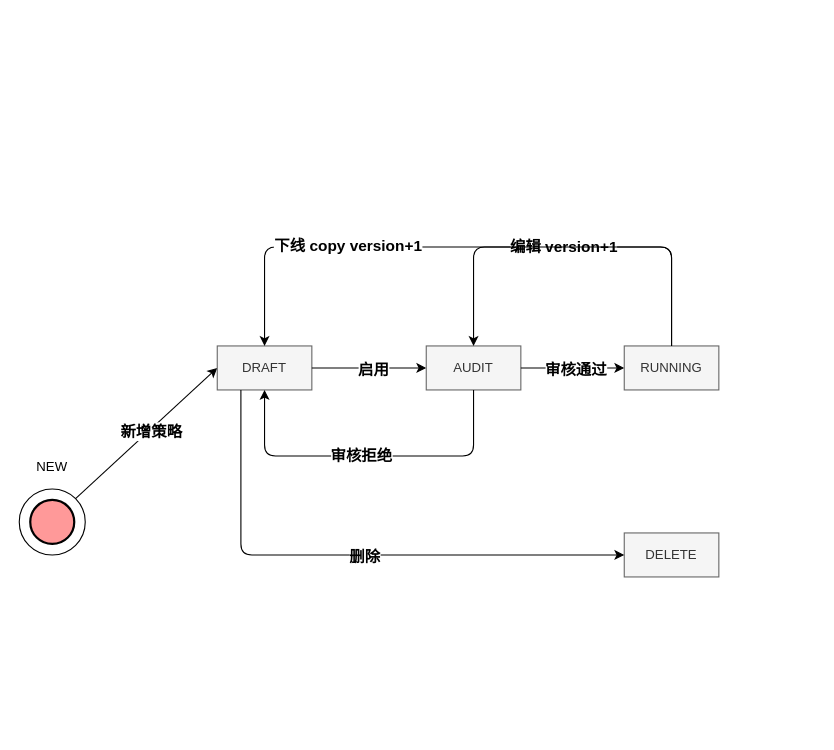
The draw.io diagram strategy-state.drawio in learn2Pro/draw_io_save, before the edit. Source tidied: cells renumbered, new cells numbered last; positions are measured from the earlier drawing's top-left corner, leaving out a move shared by most shapes. Both pictures are drawn from the tidied source at 110%, with x=0, y=0 at pixel (19, 246).
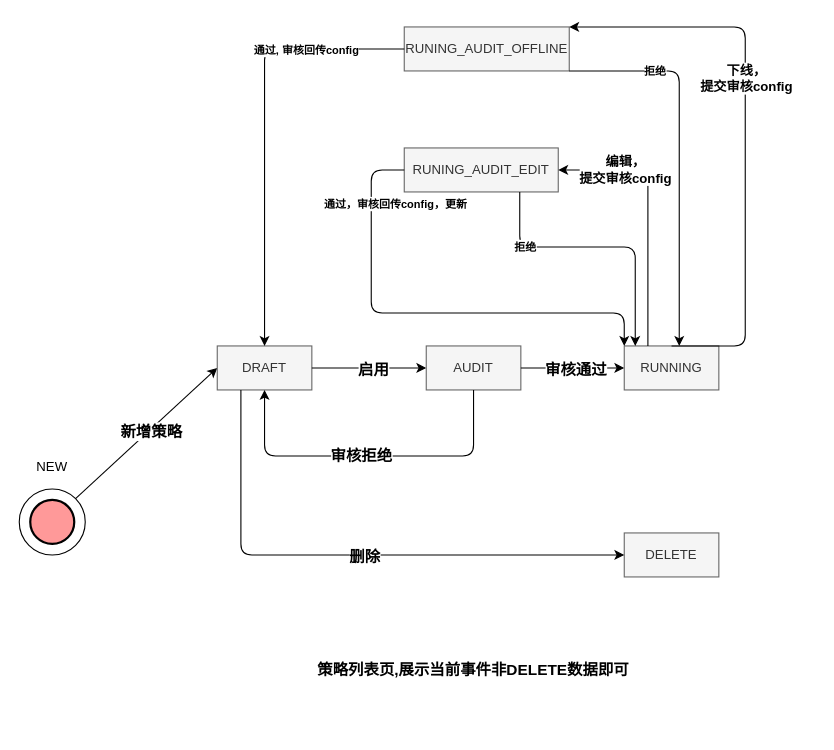
After the change.

The change refers to these unchanged cells:
```xml
<mxCell id="8" value="DRAFT" style="rounded=0;whiteSpace=wrap;html=1;strokeWidth=1;fillColor=#f5f5f5;strokeColor=#666666;fontColor=#333333;" parent="1" vertex="1">
  <mxGeometry x="180" y="90" width="86" height="40" as="geometry" />
</mxCell>
<mxCell id="11" value="AUDIT" style="rounded=0;whiteSpace=wrap;html=1;strokeWidth=1;fillColor=#f5f5f5;strokeColor=#666666;fontColor=#333333;" parent="1" vertex="1">
  <mxGeometry x="370" y="90" width="86" height="40" as="geometry" />
</mxCell>
<mxCell id="14" value="RUNNING" style="rounded=0;whiteSpace=wrap;html=1;strokeWidth=1;fillColor=#f5f5f5;strokeColor=#666666;fontColor=#333333;" parent="1" vertex="1">
  <mxGeometry x="550" y="90" width="86" height="40" as="geometry" />
</mxCell>
```

What changed in the source:
```diff
@@
-    <mxCell id="17" style="endArrow=classic;html=1;exitX=0.5;exitY=0;exitDx=0;exitDy=0;edgeStyle=orthogonalEdgeStyle;entryX=0.5;entryY=0;entryDx=0;entryDy=0;" parent="1" edge="1" source="14" target="11">
-      <mxGeometry relative="1" as="geometry">
-        <Array as="points">
-          <mxPoint x="593" />
-          <mxPoint x="413" />
-        </Array>
-      </mxGeometry>
-    </mxCell>
-    <mxCell id="18" value="&lt;span style=&quot;font-size: 14px&quot;&gt;&lt;b&gt;编辑 version+1&lt;/b&gt;&lt;/span&gt;" style="edgeLabel;html=1;align=center;verticalAlign=middle;" parent="17" vertex="1">
-      <mxGeometry x="0.05" y="-1" relative="1" as="geometry" />
-    </mxCell>
@@
-    <mxCell id="22" style="endArrow=classic;html=1;edgeStyle=orthogonalEdgeStyle;entryX=0.5;entryY=0;entryDx=0;entryDy=0;" parent="1" edge="1" source="14" target="8">
-      <mxGeometry relative="1" as="geometry">
-        <Array as="points">
-          <mxPoint x="593" />
-          <mxPoint x="223" />
-        </Array>
-      </mxGeometry>
-    </mxCell>
-    <mxCell id="23" value="&lt;b&gt;&lt;font style=&quot;font-size: 14px&quot;&gt;下线 copy version+1&lt;/font&gt;&lt;/b&gt;" style="edgeLabel;html=1;align=center;verticalAlign=middle;" parent="22" vertex="1">
-      <mxGeometry x="0.4" y="-2" relative="1" as="geometry" />
-    </mxCell>
+    <mxCell id="24" value="RUNING_AUDIT_EDIT" style="rounded=0;whiteSpace=wrap;html=1;strokeWidth=1;fillColor=#f5f5f5;strokeColor=#666666;fontColor=#333333;" parent="1" vertex="1">
+      <mxGeometry x="350" y="-90" width="140" height="40" as="geometry" />
+    </mxCell>
+    <mxCell id="25" value="RUNING_AUDIT_OFFLINE" style="rounded=0;whiteSpace=wrap;html=1;strokeWidth=1;fillColor=#f5f5f5;strokeColor=#666666;fontColor=#333333;" parent="1" vertex="1">
+      <mxGeometry x="350" y="-200" width="150" height="40" as="geometry" />
+    </mxCell>
+    <mxCell id="26" style="endArrow=classic;html=1;exitX=0.5;exitY=0;exitDx=0;exitDy=0;edgeStyle=orthogonalEdgeStyle;entryX=1;entryY=0;entryDx=0;entryDy=0;" parent="1" edge="1" source="14" target="25">
+      <mxGeometry relative="1" as="geometry">
+        <Array as="points">
+          <mxPoint x="660" y="90" />
+          <mxPoint x="660" y="-200" />
+        </Array>
+      </mxGeometry>
+    </mxCell>
+    <mxCell id="27" value="&lt;b&gt;&lt;font style=&quot;font-size: 12px&quot;&gt;下线，&lt;br&gt;提交审核config&lt;/font&gt;&lt;/b&gt;" style="edgeLabel;html=1;align=center;verticalAlign=middle;" parent="26" vertex="1">
+      <mxGeometry x="0.05" y="-1" relative="1" as="geometry">
+        <mxPoint x="-1" y="-40" as="offset" />
+      </mxGeometry>
+    </mxCell>
+    <mxCell id="28" style="endArrow=classic;html=1;exitX=0;exitY=0.5;exitDx=0;exitDy=0;edgeStyle=orthogonalEdgeStyle;entryX=0.5;entryY=0;entryDx=0;entryDy=0;" parent="1" edge="1" source="25" target="8">
+      <mxGeometry relative="1" as="geometry">
+        <Array as="points">
+          <mxPoint x="223" y="-180" />
+        </Array>
+      </mxGeometry>
+    </mxCell>
+    <mxCell id="29" value="&lt;b&gt;&lt;font style=&quot;font-size: 10px&quot;&gt;通过, 审核回传config&lt;/font&gt;&lt;/b&gt;" style="edgeLabel;html=1;align=center;verticalAlign=middle;" parent="28" vertex="1">
+      <mxGeometry x="0.05" y="-1" relative="1" as="geometry">
+        <mxPoint x="38" y="-81" as="offset" />
+      </mxGeometry>
+    </mxCell>
+    <mxCell id="30" style="endArrow=classic;html=1;exitX=0.25;exitY=0;exitDx=0;exitDy=0;edgeStyle=orthogonalEdgeStyle;entryX=1;entryY=0.5;entryDx=0;entryDy=0;" parent="1" edge="1" source="14" target="24">
+      <mxGeometry relative="1" as="geometry">
+        <Array as="points">
+          <mxPoint x="572" y="-70" />
+        </Array>
+      </mxGeometry>
+    </mxCell>
+    <mxCell id="31" value="&lt;b&gt;&lt;font style=&quot;font-size: 12px&quot;&gt;编辑，&lt;br&gt;提交审核config&lt;/font&gt;&lt;/b&gt;" style="edgeLabel;html=1;align=center;verticalAlign=middle;" parent="30" vertex="1">
+      <mxGeometry x="0.05" y="-1" relative="1" as="geometry">
+        <mxPoint x="-22.5" y="-34" as="offset" />
+      </mxGeometry>
+    </mxCell>
+    <mxCell id="32" style="endArrow=classic;html=1;exitX=1;exitY=1;exitDx=0;exitDy=0;edgeStyle=orthogonalEdgeStyle;" parent="1" edge="1" source="25">
+      <mxGeometry relative="1" as="geometry">
+        <mxPoint x="600" y="90" as="targetPoint" />
+        <Array as="points">
+          <mxPoint x="600" y="-160" />
+          <mxPoint x="600" y="90" />
+        </Array>
+      </mxGeometry>
+    </mxCell>
+    <mxCell id="33" value="&lt;span style=&quot;font-size: 10px&quot;&gt;&lt;b&gt;拒绝&lt;/b&gt;&lt;/span&gt;" style="edgeLabel;html=1;align=center;verticalAlign=middle;" parent="32" vertex="1">
+      <mxGeometry x="-0.56" y="1" relative="1" as="geometry" />
+    </mxCell>
+    <mxCell id="34" style="endArrow=classic;html=1;exitX=0;exitY=0.5;exitDx=0;exitDy=0;edgeStyle=orthogonalEdgeStyle;entryX=0;entryY=0;entryDx=0;entryDy=0;" parent="1" edge="1" source="24" target="14">
+      <mxGeometry relative="1" as="geometry">
+        <Array as="points">
+          <mxPoint x="320" y="-70" />
+          <mxPoint x="320" y="60" />
+          <mxPoint x="550" y="60" />
+        </Array>
+      </mxGeometry>
+    </mxCell>
+    <mxCell id="35" value="&lt;span style=&quot;font-size: 10px&quot;&gt;&lt;b&gt;通过，审核回传config，更新&lt;/b&gt;&lt;/span&gt;" style="edgeLabel;html=1;align=center;verticalAlign=middle;" parent="34" vertex="1">
+      <mxGeometry x="0.05" y="-1" relative="1" as="geometry">
+        <mxPoint x="-40" y="-101" as="offset" />
+      </mxGeometry>
+    </mxCell>
+    <mxCell id="36" style="endArrow=classic;html=1;exitX=0.75;exitY=1;exitDx=0;exitDy=0;edgeStyle=orthogonalEdgeStyle;" parent="1" edge="1" source="24">
+      <mxGeometry relative="1" as="geometry">
+        <mxPoint x="560" y="90" as="targetPoint" />
+        <Array as="points">
+          <mxPoint x="455" />
+          <mxPoint x="560" />
+        </Array>
+      </mxGeometry>
+    </mxCell>
+    <mxCell id="37" value="&lt;b&gt;&lt;font style=&quot;font-size: 10px&quot;&gt;拒绝&lt;/font&gt;&lt;/b&gt;" style="edgeLabel;html=1;align=center;verticalAlign=middle;" parent="36" vertex="1">
+      <mxGeometry x="-0.56" y="1" relative="1" as="geometry" />
+    </mxCell>
+    <mxCell id="38" value="&lt;b&gt;&lt;font style=&quot;font-size: 14px&quot;&gt;策略列表页,展示当前事件非DELETE数据即可&lt;/font&gt;&lt;/b&gt;" style="text;html=1;strokeColor=none;fillColor=none;align=center;verticalAlign=middle;whiteSpace=wrap;rounded=0;" parent="1" vertex="1">
+      <mxGeometry x="103" y="330" width="620" height="110" as="geometry" />
+    </mxCell>
```
